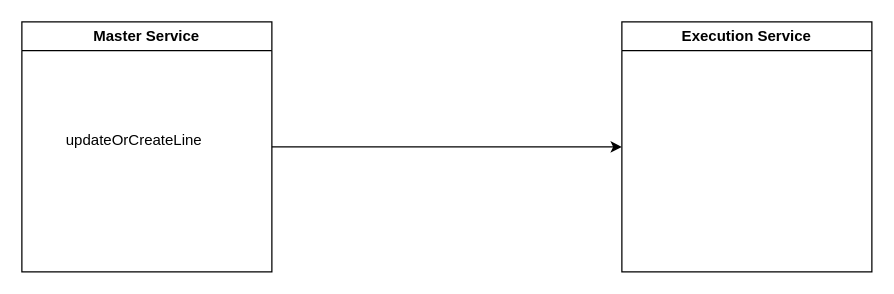
tuankhoi2206/Draft-system-overview keeps this draw.io diagram as page "Master Service" (7 of 10) of Workflow-Overview.drawio. Above is the earlier version. Source tidied: cells renumbered, new cells numbered last; positions are measured from the earlier drawing's top-left corner, leaving out a move shared by most shapes. Both pictures are drawn from the tidied source at 125%, with x=0, y=0 at pixel (21, 21).
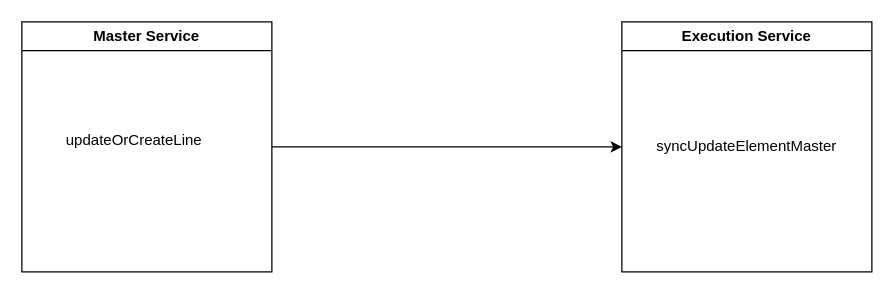
Above is the later version.

The edit, as a diff of the source:
```diff
@@
 <mxGraphModel>
   <root>
     <mxCell id="0" />
     <mxCell id="1" parent="0" />
     <mxCell id="2" style="edgeStyle=orthogonalEdgeStyle;rounded=0;jettySize=auto;html=1;entryX=0;entryY=0.5;entryDx=0;entryDy=0;" parent="1" edge="1" source="3" target="5">
       <mxGeometry relative="1" as="geometry" />
     </mxCell>
     <mxCell id="3" value="Master Service" style="swimlane;whiteSpace=wrap;html=1;" parent="1" vertex="1">
       <mxGeometry width="200" height="200" as="geometry" />
     </mxCell>
     <mxCell id="4" value="updateOrCreateLine" style="text;html=1;align=center;verticalAlign=middle;whiteSpace=wrap;rounded=0;" parent="3" vertex="1">
       <mxGeometry x="60" y="70" width="60" height="50" as="geometry" />
     </mxCell>
     <mxCell id="5" value="Execution Service" style="swimlane;whiteSpace=wrap;html=1;" parent="1" vertex="1">
       <mxGeometry x="480" width="200" height="200" as="geometry" />
     </mxCell>
+    <mxCell id="6" value="syncUpdateElementMaster" style="text;html=1;align=center;verticalAlign=middle;whiteSpace=wrap;rounded=0;" parent="5" vertex="1">
+      <mxGeometry x="70" y="75" width="60" height="50" as="geometry" />
+    </mxCell>
   </root>
 </mxGraphModel>
```
